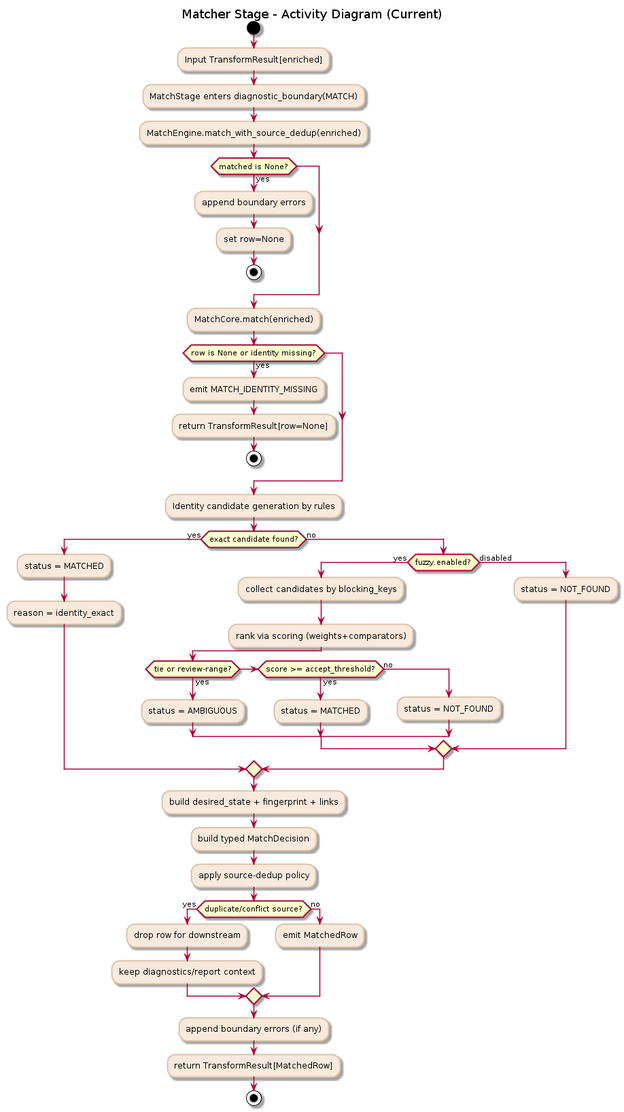
The PlantUML diagram docs/uml/transform/matcher/matcher_activity.png in xORex-LC/nexus-etl, before a commit. Its source is kept beside it as docs/uml/transform/matcher/matcher_activity.puml.
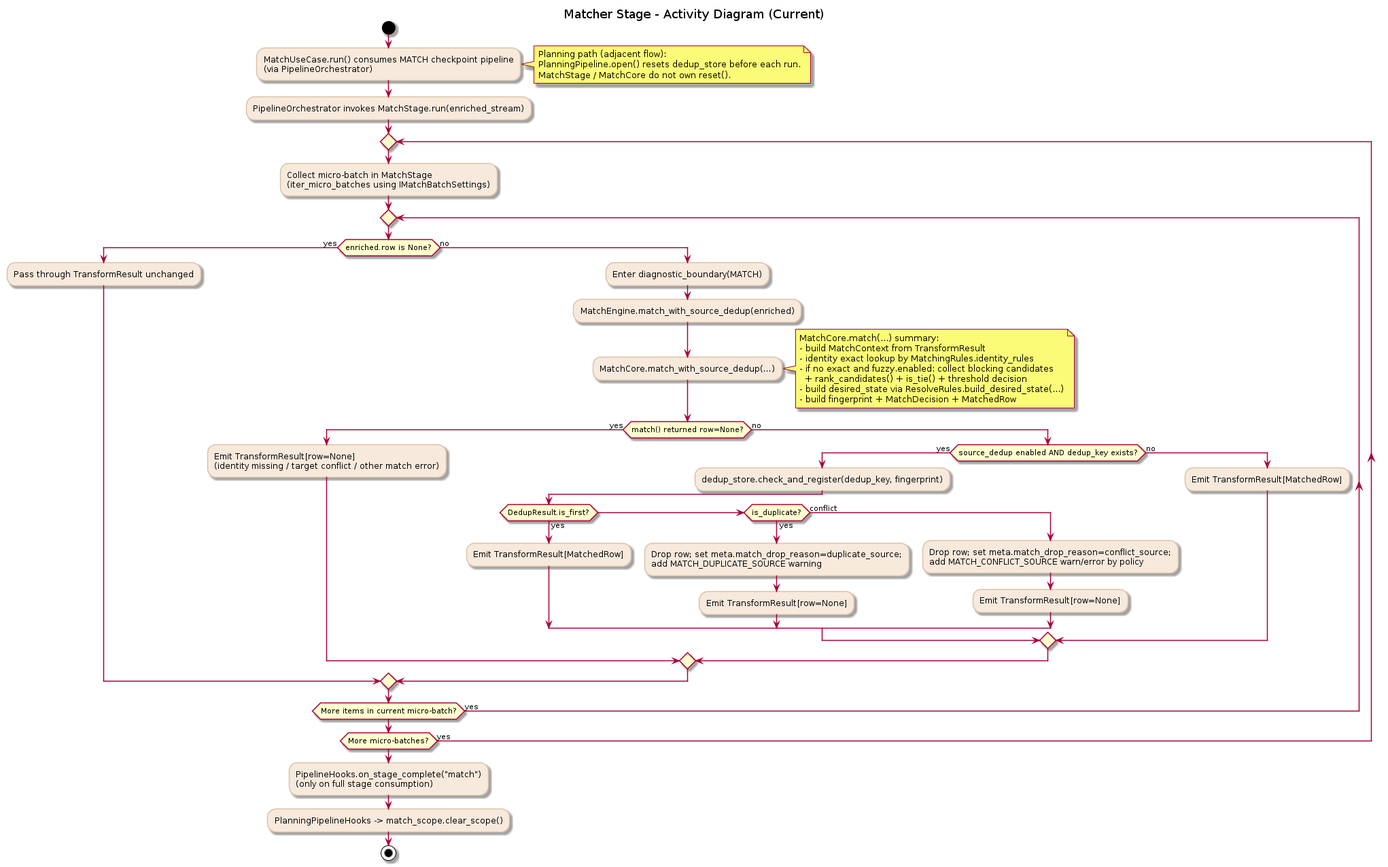
The same file after the commit.

The edit, as a diff of the source:
```diff
@@ -3,62 +3,67 @@
 skinparam backgroundColor white
 skinparam linetype ortho
 skinparam defaultFontName Arial
-skinparam activityBorderThickness 2
 skinparam activity {
   BackgroundColor #f7e9dc
   BorderColor #d9c2a8
 }
 
 start
-:Input TransformResult[enriched];
-:MatchStage enters diagnostic_boundary(MATCH);
-:MatchEngine.match_with_source_dedup(enriched);
+:MatchUseCase.run() consumes MATCH checkpoint pipeline\n(via PipelineOrchestrator);
+note right
+Planning path (adjacent flow):
+PlanningPipeline.open() resets dedup_store before each run.
+MatchStage / MatchCore do not own reset().
+end note
 
-if (matched is None?) then (yes)
-  :append boundary errors;
-  :set row=None;
-  stop
-endif
+:PipelineOrchestrator invokes MatchStage.run(enriched_stream);
 
-:MatchCore.match(enriched);
-if (row is None or identity missing?) then (yes)
-  :emit MATCH_IDENTITY_MISSING;
-  :return TransformResult[row=None];
-  stop
-endif
+repeat
+  :Collect micro-batch in MatchStage\n(iter_micro_batches using IMatchBatchSettings);
 
-:Identity candidate generation by rules;
-if (exact candidate found?) then (yes)
-  :status = MATCHED;
-  :reason = identity_exact;
-else (no)
-  if (fuzzy.enabled?) then (yes)
-    :collect candidates by blocking_keys;
-    :rank via scoring (weights+comparators);
-    if (tie or review-range?) then (yes)
-      :status = AMBIGUOUS;
-    elseif (score >= accept_threshold?) then (yes)
-      :status = MATCHED;
+  repeat
+    if (enriched.row is None?) then (yes)
+      :Pass through TransformResult unchanged;
     else (no)
-      :status = NOT_FOUND;
+      :Enter diagnostic_boundary(MATCH);
+      :MatchEngine.match_with_source_dedup(enriched);
+      :MatchCore.match_with_source_dedup(...);
+
+      note right
+        MatchCore.match(...) summary:
+        - build MatchContext from TransformResult
+        - identity exact lookup by MatchingRules.identity_rules
+        - if no exact and fuzzy.enabled: collect blocking candidates
+          + rank_candidates() + is_tie() + threshold decision
+        - build desired_state via ResolveRules.build_desired_state(...)
+        - build fingerprint + MatchDecision + MatchedRow
+      end note
+
+      if (match() returned row=None?) then (yes)
+        :Emit TransformResult[row=None]\n(identity missing / target conflict / other match error);
+      else (no)
+        if (source_dedup enabled AND dedup_key exists?) then (yes)
+          :dedup_store.check_and_register(dedup_key, fingerprint);
+          if (DedupResult.is_first?) then (yes)
+            :Emit TransformResult[MatchedRow];
+          elseif (is_duplicate?) then (yes)
+            :Drop row; set meta.match_drop_reason=duplicate_source;\nadd MATCH_DUPLICATE_SOURCE warning;
+            :Emit TransformResult[row=None];
+          else (conflict)
+            :Drop row; set meta.match_drop_reason=conflict_source;\nadd MATCH_CONFLICT_SOURCE warn/error by policy;
+            :Emit TransformResult[row=None];
+          endif
+        else (no)
+          :Emit TransformResult[MatchedRow];
+        endif
+      endif
     endif
-  else (disabled)
-    :status = NOT_FOUND;
-  endif
-endif
+  repeat while (More items in current micro-batch?) is (yes)
 
-:build desired_state + fingerprint + links;
-:build typed MatchDecision;
-:apply source-dedup policy;
-if (duplicate/conflict source?) then (yes)
-  :drop row for downstream;
-  :keep diagnostics/report context;
-else (no)
-  :emit MatchedRow;
-endif
+repeat while (More micro-batches?) is (yes)
 
-:append boundary errors (if any);
-:return TransformResult[MatchedRow];
+:PipelineHooks.on_stage_complete("match")\n(only on full stage consumption);
+:PlanningPipelineHooks -> match_scope.clear_scope();
 stop
 
 @enduml
```
